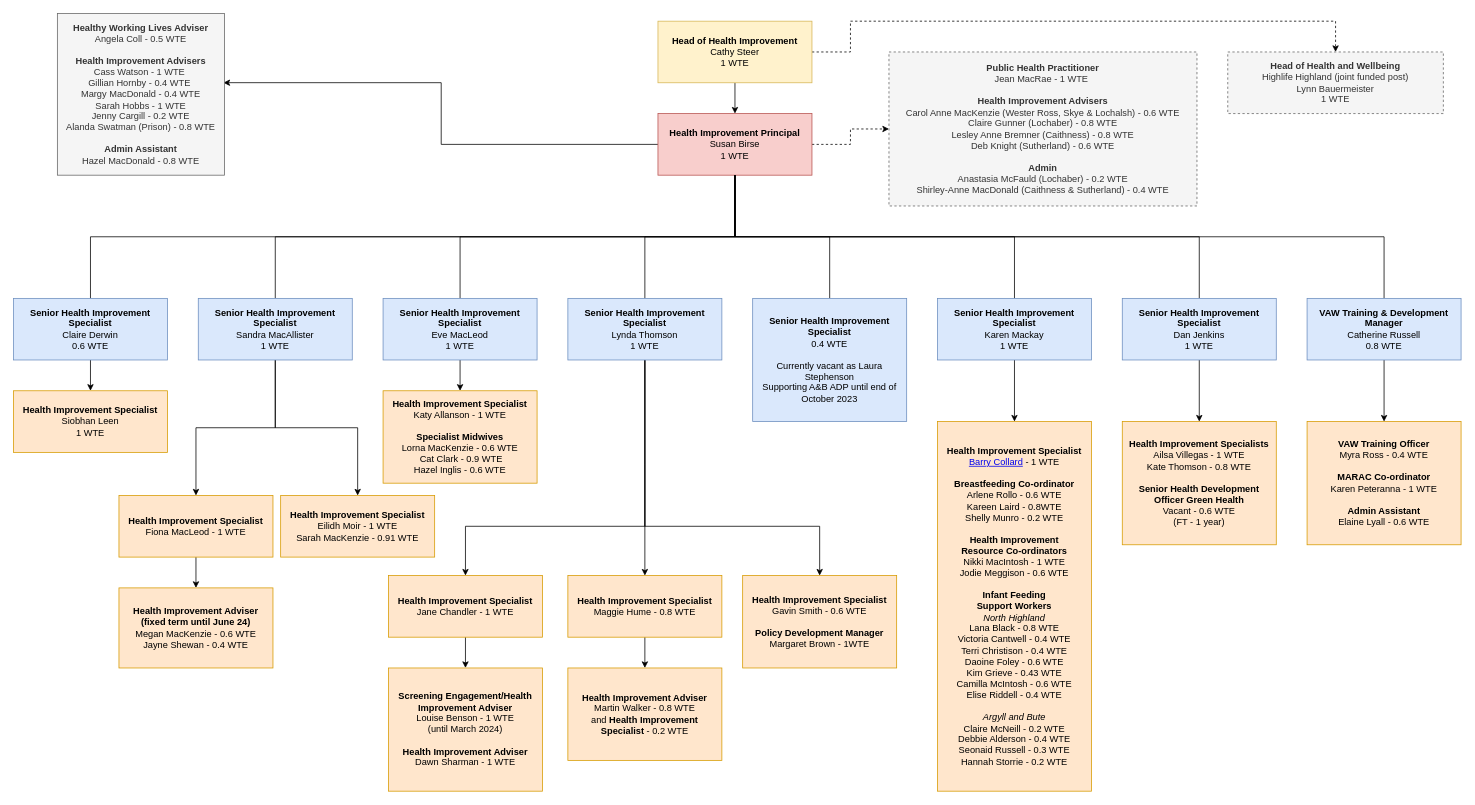
Earlier version of the draw.io diagram Untitled Diagram.drawio (barrycollard/staffOrgChart). Source tidied: cells renumbered, new cells numbered last; positions are measured from the earlier drawing's top-left corner, leaving out a move shared by most shapes. Both pictures are drawn from the tidied source at 77%, with x=0, y=0 at pixel (13, 13).
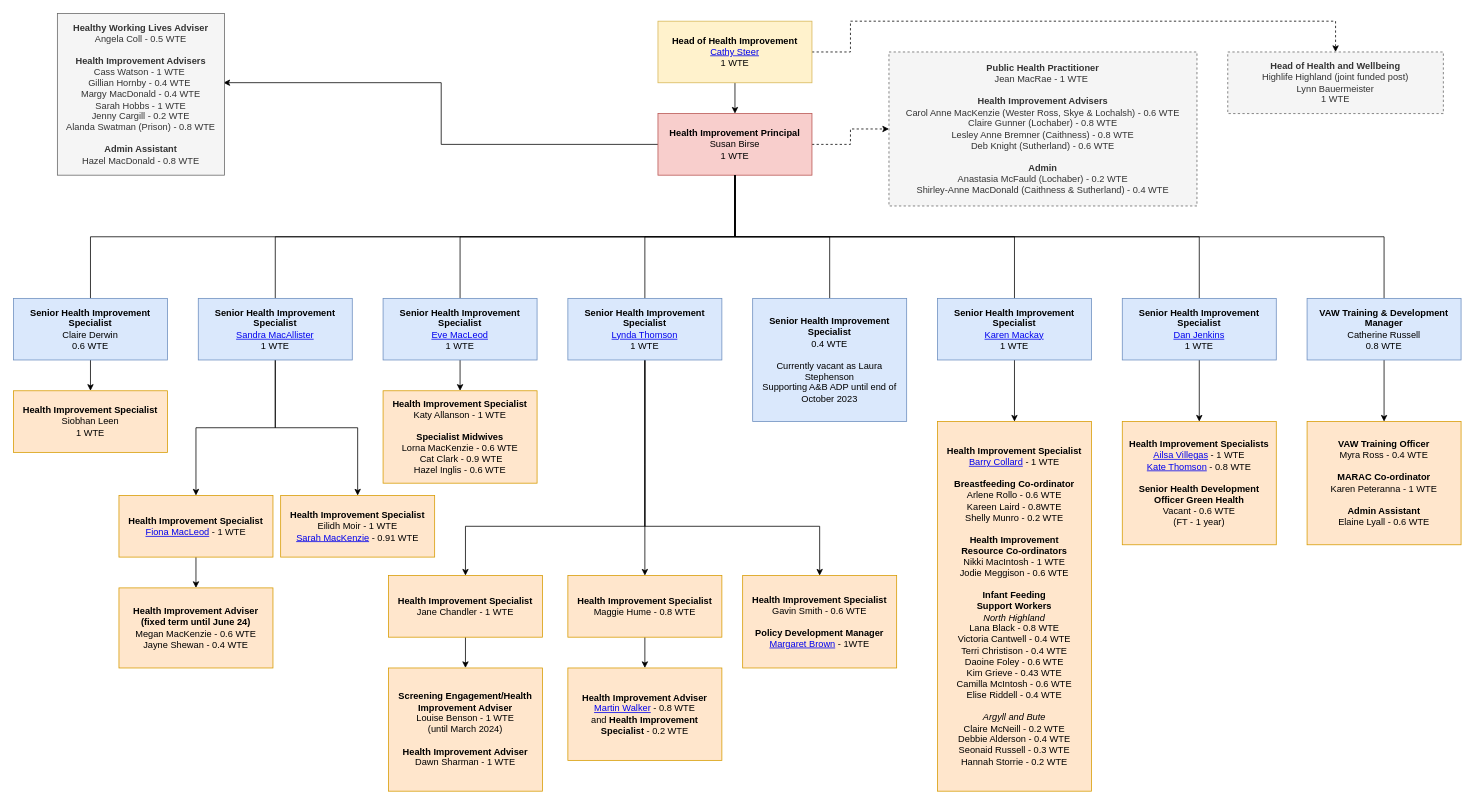
The same page after the edit.

Diff of the diagram source:
```diff
@@
-    <mxCell id="4" value="&lt;b&gt;Head of Health Improvement&lt;/b&gt;&lt;br&gt;Cathy Steer&lt;br&gt;1 WTE" style="rounded=0;whiteSpace=wrap;html=1;align=center;fillColor=#fff2cc;strokeColor=#d6b656;" parent="1" vertex="1">
+    <mxCell id="4" value="&lt;b&gt;Head of Health Improvement&lt;/b&gt;&lt;br&gt;&lt;a href=&quot;https://nhshighland.publichealth.scot.nhs.uk/staff/cathy-steer/&quot;&gt;Cathy Steer&lt;/a&gt;&lt;br&gt;1 WTE" style="rounded=0;whiteSpace=wrap;html=1;align=center;fillColor=#fff2cc;strokeColor=#d6b656;" parent="1" vertex="1">
       <mxGeometry x="837" y="10" width="200" height="80" as="geometry" />
     </mxCell>
@@
-    <mxCell id="15" value="&lt;div&gt;&lt;b&gt;Senior Health Improvement Specialist&lt;/b&gt;&lt;/div&gt;&lt;div&gt;Sandra MacAllister&lt;/div&gt;&lt;div&gt;1 WTE&lt;/div&gt;" style="rounded=0;whiteSpace=wrap;html=1;fillColor=#dae8fc;strokeColor=#6c8ebf;" parent="1" vertex="1">
+    <mxCell id="15" value="&lt;div&gt;&lt;b&gt;Senior Health Improvement Specialist&lt;/b&gt;&lt;/div&gt;&lt;div&gt;&lt;a href=&quot;https://nhshighland.publichealth.scot.nhs.uk/staff/sandra-macallister/&quot;&gt;Sandra MacAllister&lt;/a&gt;&lt;/div&gt;&lt;div&gt;1 WTE&lt;/div&gt;" style="rounded=0;whiteSpace=wrap;html=1;fillColor=#dae8fc;strokeColor=#6c8ebf;" parent="1" vertex="1">
       <mxGeometry x="240" y="370" width="200" height="80" as="geometry" />
     </mxCell>
@@
-    <mxCell id="18" value="&lt;div&gt;&lt;b&gt;Senior Health Improvement Specialist&lt;/b&gt;&lt;/div&gt;&lt;div&gt;Eve MacLeod&lt;/div&gt;&lt;div&gt;1 WTE&lt;/div&gt;" style="rounded=0;whiteSpace=wrap;html=1;fillColor=#dae8fc;strokeColor=#6c8ebf;" parent="1" vertex="1">
+    <mxCell id="18" value="&lt;div&gt;&lt;b&gt;Senior Health Improvement Specialist&lt;/b&gt;&lt;/div&gt;&lt;div&gt;&lt;a href=&quot;https://nhshighland.publichealth.scot.nhs.uk/staff/eve-macleod/&quot;&gt;Eve MacLeod&lt;/a&gt;&lt;/div&gt;&lt;div&gt;1 WTE&lt;/div&gt;" style="rounded=0;whiteSpace=wrap;html=1;fillColor=#dae8fc;strokeColor=#6c8ebf;" parent="1" vertex="1">
       <mxGeometry x="480" y="370" width="200" height="80" as="geometry" />
     </mxCell>
@@
-    <mxCell id="23" value="&lt;div&gt;&lt;b&gt;Senior Health Improvement Specialist&lt;/b&gt;&lt;/div&gt;&lt;div&gt;&lt;div&gt;Lynda Thomson&lt;/div&gt;&lt;div&gt;1 WTE&lt;/div&gt;&lt;/div&gt;" style="rounded=0;whiteSpace=wrap;html=1;fillColor=#dae8fc;strokeColor=#6c8ebf;" parent="1" vertex="1">
+    <mxCell id="23" value="&lt;div&gt;&lt;b&gt;Senior Health Improvement Specialist&lt;/b&gt;&lt;/div&gt;&lt;div&gt;&lt;div&gt;&lt;a href=&quot;https://nhshighland.publichealth.scot.nhs.uk/staff/lynda-thomson/&quot;&gt;Lynda Thomson&lt;/a&gt;&lt;/div&gt;&lt;div&gt;1 WTE&lt;/div&gt;&lt;/div&gt;" style="rounded=0;whiteSpace=wrap;html=1;fillColor=#dae8fc;strokeColor=#6c8ebf;" parent="1" vertex="1">
       <mxGeometry x="720" y="370" width="200" height="80" as="geometry" />
     </mxCell>
@@
-    <mxCell id="28" value="&lt;div&gt;&lt;b&gt;Senior Health Improvement Specialist&lt;/b&gt;&lt;/div&gt;&lt;div&gt;Karen Mackay&lt;/div&gt;&lt;div&gt;1 WTE&lt;/div&gt;" style="rounded=0;whiteSpace=wrap;html=1;fillColor=#dae8fc;strokeColor=#6c8ebf;" parent="1" vertex="1">
+    <mxCell id="28" value="&lt;div&gt;&lt;b&gt;Senior Health Improvement Specialist&lt;/b&gt;&lt;/div&gt;&lt;div&gt;&lt;a href=&quot;https://nhshighland.publichealth.scot.nhs.uk/staff/karen-mackay/&quot;&gt;Karen Mackay&lt;/a&gt;&lt;/div&gt;&lt;div&gt;1 WTE&lt;/div&gt;" style="rounded=0;whiteSpace=wrap;html=1;fillColor=#dae8fc;strokeColor=#6c8ebf;" parent="1" vertex="1">
       <mxGeometry x="1200" y="370" width="200" height="80" as="geometry" />
     </mxCell>
@@
-    <mxCell id="31" value="&lt;div&gt;&lt;b&gt;Health Improvement Specialist&lt;/b&gt;&lt;/div&gt;&lt;div&gt;Fiona MacLeod - 1 WTE&lt;/div&gt;" style="rounded=0;whiteSpace=wrap;html=1;fillColor=#ffe6cc;strokeColor=#d79b00;" parent="1" vertex="1">
+    <mxCell id="31" value="&lt;div&gt;&lt;b&gt;Health Improvement Specialist&lt;/b&gt;&lt;/div&gt;&lt;div&gt;&lt;a href=&quot;https://nhshighland.publichealth.scot.nhs.uk/staff/fiona-macleod/&quot;&gt;Fiona MacLeod&lt;/a&gt; - 1 WTE&lt;/div&gt;" style="rounded=0;whiteSpace=wrap;html=1;fillColor=#ffe6cc;strokeColor=#d79b00;" parent="1" vertex="1">
       <mxGeometry x="137" y="626" width="200" height="80" as="geometry" />
     </mxCell>
@@
-    <mxCell id="39" value="&lt;div&gt;&lt;b&gt;Senior Health Improvement Specialist&lt;/b&gt;&lt;/div&gt;&lt;div&gt;&lt;div&gt;Dan Jenkins&lt;/div&gt;&lt;div&gt;1 WTE&lt;/div&gt;&lt;/div&gt;" style="rounded=0;whiteSpace=wrap;html=1;fillColor=#dae8fc;strokeColor=#6c8ebf;" parent="1" vertex="1">
+    <mxCell id="39" value="&lt;div&gt;&lt;b&gt;Senior Health Improvement Specialist&lt;/b&gt;&lt;/div&gt;&lt;div&gt;&lt;div&gt;&lt;a href=&quot;https://nhshighland.publichealth.scot.nhs.uk/staff/dan-jenkins/&quot;&gt;Dan Jenkins&lt;/a&gt;&lt;/div&gt;&lt;div&gt;1 WTE&lt;/div&gt;&lt;/div&gt;" style="rounded=0;whiteSpace=wrap;html=1;fillColor=#dae8fc;strokeColor=#6c8ebf;" parent="1" vertex="1">
       <mxGeometry x="1440" y="370" width="200" height="80" as="geometry" />
     </mxCell>
@@
-    <mxCell id="43" value="&lt;div&gt;&lt;b&gt;Health Improvement Specialists&lt;/b&gt;&lt;/div&gt;&lt;div style=&quot;border-color: var(--border-color);&quot;&gt;Ailsa Villegas -&amp;nbsp;&lt;span style=&quot;background-color: initial;&quot;&gt;1 WTE&lt;/span&gt;&lt;/div&gt;Kate Thomson&amp;nbsp;- 0.8 WTE&lt;br&gt;&lt;br&gt;&lt;div style=&quot;border-color: var(--border-color);&quot;&gt;&lt;b style=&quot;border-color: var(--border-color); background-color: initial;&quot;&gt;Senior Health Development Officer Green Health&lt;/b&gt;&lt;br style=&quot;border-color: var(--border-color);&quot;&gt;&lt;/div&gt;&lt;div style=&quot;border-color: var(--border-color);&quot;&gt;Vacant - 0.6 WTE&lt;br style=&quot;border-color: var(--border-color);&quot;&gt;(FT - 1 year)&lt;/div&gt;" style="rounded=0;whiteSpace=wrap;html=1;fillColor=#ffe6cc;strokeColor=#d79b00;" parent="1" vertex="1">
+    <mxCell id="43" value="&lt;div&gt;&lt;b&gt;Health Improvement Specialists&lt;/b&gt;&lt;/div&gt;&lt;div style=&quot;border-color: var(--border-color);&quot;&gt;&lt;a href=&quot;https://nhshighland.publichealth.scot.nhs.uk/staff/ailsa-villegas/&quot;&gt;Ailsa Villegas&lt;/a&gt; -&amp;nbsp;&lt;span style=&quot;background-color: initial;&quot;&gt;1 WTE&lt;/span&gt;&lt;/div&gt;&lt;a href=&quot;https://nhshighland.publichealth.scot.nhs.uk/staff/kate-thomson/&quot;&gt;Kate Thomson&lt;/a&gt;&amp;nbsp;- 0.8 WTE&lt;br&gt;&lt;br&gt;&lt;div style=&quot;border-color: var(--border-color);&quot;&gt;&lt;b style=&quot;border-color: var(--border-color); background-color: initial;&quot;&gt;Senior Health Development Officer Green Health&lt;/b&gt;&lt;br style=&quot;border-color: var(--border-color);&quot;&gt;&lt;/div&gt;&lt;div style=&quot;border-color: var(--border-color);&quot;&gt;Vacant - 0.6 WTE&lt;br style=&quot;border-color: var(--border-color);&quot;&gt;(FT - 1 year)&lt;/div&gt;" style="rounded=0;whiteSpace=wrap;html=1;fillColor=#ffe6cc;strokeColor=#d79b00;" parent="1" vertex="1">
       <mxGeometry x="1440" y="530" width="200" height="160" as="geometry" />
     </mxCell>
@@
-    <mxCell id="45" value="&lt;div&gt;&lt;b&gt;Health Improvement Adviser&lt;/b&gt;&lt;/div&gt;&lt;div&gt;&lt;div&gt;Martin Walker - 0.8 WTE &lt;br&gt;and&amp;nbsp;&lt;span style=&quot;background-color: initial;&quot;&gt;&lt;b&gt;Health Improvement &lt;br&gt;Specialist&lt;/b&gt; - 0.2 WTE&lt;/span&gt;&lt;/div&gt;&lt;/div&gt;" style="rounded=0;whiteSpace=wrap;html=1;fillColor=#ffe6cc;strokeColor=#d79b00;" parent="1" vertex="1">
+    <mxCell id="45" value="&lt;div&gt;&lt;b&gt;Health Improvement Adviser&lt;/b&gt;&lt;/div&gt;&lt;div&gt;&lt;div&gt;&lt;a href=&quot;https://nhshighland.publichealth.scot.nhs.uk/staff/martin-walker/&quot;&gt;Martin Walker&lt;/a&gt; - 0.8 WTE &lt;br&gt;and&amp;nbsp;&lt;span style=&quot;background-color: initial;&quot;&gt;&lt;b&gt;Health Improvement &lt;br&gt;Specialist&lt;/b&gt; - 0.2 WTE&lt;/span&gt;&lt;/div&gt;&lt;/div&gt;" style="rounded=0;whiteSpace=wrap;html=1;fillColor=#ffe6cc;strokeColor=#d79b00;" parent="1" vertex="1">
       <mxGeometry x="720" y="850" width="200" height="120" as="geometry" />
     </mxCell>
@@
-    <mxCell id="49" value="&lt;div&gt;&lt;b&gt;Health Improvement Specialist&lt;/b&gt;&lt;/div&gt;&lt;div&gt;Gavin Smith - 0.6 WTE&lt;/div&gt;&lt;div&gt;&lt;b&gt;&lt;br&gt;&lt;/b&gt;&lt;/div&gt;&lt;div&gt;&lt;b&gt;Policy Development Manager&lt;/b&gt;&lt;/div&gt;&lt;div&gt;Margaret Brown - 1WTE&lt;/div&gt;" style="rounded=0;whiteSpace=wrap;html=1;fillColor=#ffe6cc;strokeColor=#d79b00;" parent="1" vertex="1">
+    <mxCell id="49" value="&lt;div&gt;&lt;b&gt;Health Improvement Specialist&lt;/b&gt;&lt;/div&gt;&lt;div&gt;Gavin Smith - 0.6 WTE&lt;/div&gt;&lt;div&gt;&lt;b&gt;&lt;br&gt;&lt;/b&gt;&lt;/div&gt;&lt;div&gt;&lt;b&gt;Policy Development Manager&lt;/b&gt;&lt;/div&gt;&lt;div&gt;&lt;a href=&quot;https://nhshighland.publichealth.scot.nhs.uk/staff/margaret-brown/&quot;&gt;Margaret Brown&lt;/a&gt; - 1WTE&lt;/div&gt;" style="rounded=0;whiteSpace=wrap;html=1;fillColor=#ffe6cc;strokeColor=#d79b00;" parent="1" vertex="1">
       <mxGeometry x="947" y="730" width="200" height="120" as="geometry" />
     </mxCell>
-    <mxCell id="50" value="&lt;div&gt;&lt;b&gt;Health Improvement Specialist&lt;/b&gt;&lt;/div&gt;&lt;div&gt;Eilidh Moir - 1 WTE&lt;/div&gt;&lt;div&gt;Sarah MacKenzie - 0.91 WTE&lt;/div&gt;" style="rounded=0;whiteSpace=wrap;html=1;fillColor=#ffe6cc;strokeColor=#d79b00;" parent="1" vertex="1">
+    <mxCell id="50" value="&lt;div&gt;&lt;b&gt;Health Improvement Specialist&lt;/b&gt;&lt;/div&gt;&lt;div&gt;Eilidh Moir - 1 WTE&lt;/div&gt;&lt;div&gt;&lt;a href=&quot;https://nhshighland.publichealth.scot.nhs.uk/staff/sarah-mackenzie/&quot;&gt;Sarah MacKenzie&lt;/a&gt; - 0.91 WTE&lt;/div&gt;" style="rounded=0;whiteSpace=wrap;html=1;fillColor=#ffe6cc;strokeColor=#d79b00;" parent="1" vertex="1">
       <mxGeometry x="347" y="626" width="200" height="80" as="geometry" />
     </mxCell>
```
